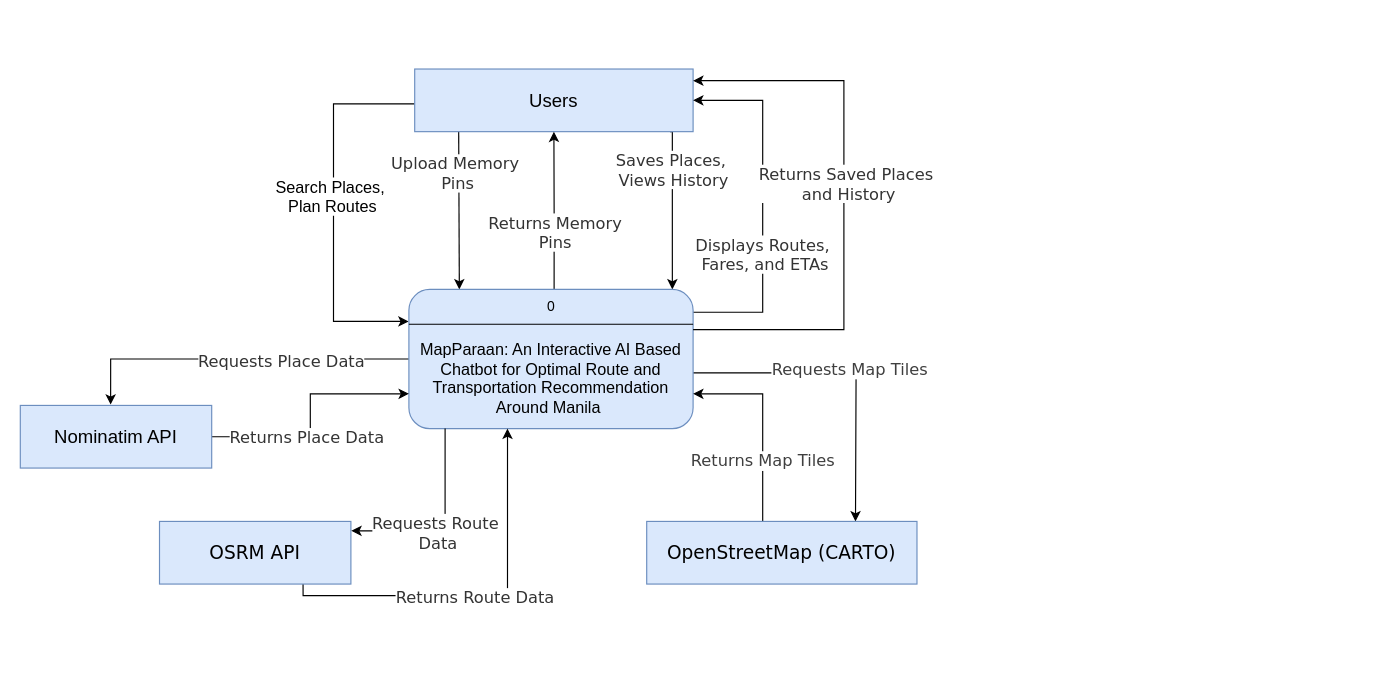
AkiraVee/mapparaan keeps this draw.io diagram as mapparaan/docs/final_dfd_level_0.drawio. Above is the earlier version. Source tidied: cells renumbered, new cells numbered last; positions are measured from the earlier drawing's top-left corner, leaving out a move shared by most shapes. Both pictures are drawn from the tidied source at 116%, with x=0, y=0 at pixel (20, 68).
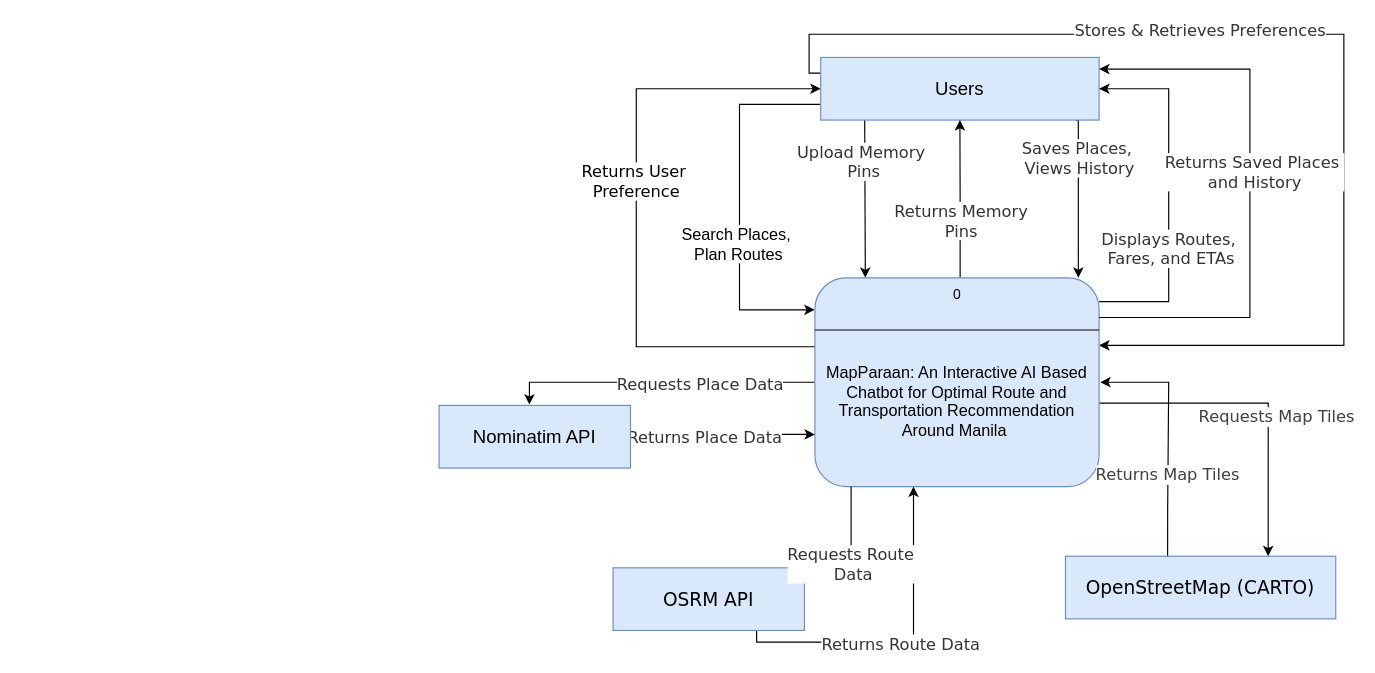
After the change.

Commit message:
feat: Updated the level 0 Data Flow Diagram

What changed in the source:
```diff
@@
-    <mxCell id="2" style="edgeStyle=none;html=1;exitX=0.158;exitY=0.995;exitDx=0;exitDy=0;entryX=0.171;entryY=-0.01;entryDx=0;entryDy=0;exitPerimeter=0;" parent="1" edge="1" source="8" target="17">
+    <mxCell id="2" value=" " style="edgeStyle=none;html=1;exitX=0.158;exitY=0.995;exitDx=0;exitDy=0;entryX=0.171;entryY=-0.01;entryDx=0;entryDy=0;exitPerimeter=0;" parent="1" edge="1" source="8" target="17">
       <mxGeometry relative="1" as="geometry" />
     </mxCell>
@@
-    <mxCell id="4" style="edgeStyle=orthogonalEdgeStyle;html=1;rounded=0;curved=0;entryX=0.001;entryY=0.635;entryDx=0;entryDy=0;exitX=0;exitY=0.556;exitDx=0;exitDy=0;exitPerimeter=0;" parent="1" edge="1" source="8">
+    <mxCell id="4" style="edgeStyle=orthogonalEdgeStyle;html=1;rounded=0;curved=0;entryX=0.001;entryY=0.635;entryDx=0;entryDy=0;exitX=0;exitY=0.75;exitDx=0;exitDy=0;" parent="1" edge="1" source="8">
       <mxGeometry x="-0.53" relative="1" as="geometry">
-        <mxPoint x="334.8" y="217.6" as="targetPoint" />
+        <mxPoint x="684.8" y="207.6" as="targetPoint" />
         <Array as="points">
-          <mxPoint x="270" y="30" />
-          <mxPoint x="270" y="217.6" />
+          <mxPoint x="620" y="30.5" />
+          <mxPoint x="620" y="207.6" />
         </Array>
       </mxGeometry>
     </mxCell>
     <mxCell id="5" value="&lt;font style=&quot;font-size: 14px;&quot;&gt;Search Places,&amp;nbsp;&lt;/font&gt;&lt;div&gt;&lt;font style=&quot;font-size: 14px;&quot;&gt;Plan Routes&lt;/font&gt;&lt;/div&gt;" style="edgeLabel;html=1;align=center;verticalAlign=middle;" parent="4" vertex="1">
-      <mxGeometry x="-0.07" y="-2" relative="1" as="geometry" />
+      <mxGeometry x="-0.14" y="-2" relative="1" as="geometry">
+        <mxPoint y="56" as="offset" />
+      </mxGeometry>
     </mxCell>
     <mxCell id="6" style="edgeStyle=orthogonalEdgeStyle;rounded=0;jettySize=auto;html=1;defaultLabelBackgroundColor=page;exitX=0.917;exitY=1;exitDx=0;exitDy=0;exitPerimeter=0;entryX=0.927;entryY=0;entryDx=0;entryDy=0;" parent="1" edge="1" source="8" target="17">
       <mxGeometry relative="1" as="geometry">
         <Array as="points">
-          <mxPoint x="562.1" y="54" />
+          <mxPoint x="912.1" y="44" />
         </Array>
       </mxGeometry>
     </mxCell>
@@
+    <mxCell id="33" style="edgeStyle=orthogonalEdgeStyle;html=1;entryX=0.003;entryY=0.331;entryDx=0;entryDy=0;exitX=0;exitY=0.5;exitDx=0;exitDy=0;rounded=0;curved=0;endArrow=none;endFill=0;startArrow=classic;startFill=1;" parent="1" edge="1" source="8" target="17">
+      <mxGeometry x="-0.68" relative="1" as="geometry">
+        <Array as="points">
+          <mxPoint x="531" y="17" />
+          <mxPoint x="531" y="239.4" />
+        </Array>
+      </mxGeometry>
+    </mxCell>
+    <mxCell id="34" value="&lt;font face=&quot;Trebuchet MS, Verdana, Arial, sans-serif&quot;&gt;&lt;span style=&quot;font-size: 14px;&quot;&gt;Returns User&amp;nbsp;&lt;/span&gt;&lt;/font&gt;&lt;div&gt;&lt;font face=&quot;Trebuchet MS, Verdana, Arial, sans-serif&quot;&gt;&lt;span style=&quot;font-size: 14px;&quot;&gt;Preference&lt;/span&gt;&lt;/font&gt;&lt;/div&gt;" style="edgeLabel;html=1;align=center;verticalAlign=middle;" parent="33" vertex="1">
+      <mxGeometry x="-0.11" y="-1" relative="1" as="geometry" />
+    </mxCell>
+    <mxCell id="35" style="edgeStyle=orthogonalEdgeStyle;html=1;exitX=0;exitY=0.25;exitDx=0;exitDy=0;entryX=0.993;entryY=0.326;entryDx=0;entryDy=0;rounded=0;curved=0;startArrow=none;startFill=0;endArrow=classic;endFill=1;" parent="1" edge="1" source="8" target="17">
+      <mxGeometry x="-0.39" relative="1" as="geometry">
+        <Array as="points">
+          <mxPoint x="680" y="3.5" />
+          <mxPoint x="680" y="-30" />
+          <mxPoint x="1141" y="-30" />
+          <mxPoint x="1141" y="238.2" />
+        </Array>
+      </mxGeometry>
+    </mxCell>
+    <mxCell id="36" value="&lt;span style=&quot;color: rgb(51, 51, 51); font-family: &amp;quot;Trebuchet MS&amp;quot;, Verdana, Arial, sans-serif; background-color: rgb(255, 255, 255);&quot;&gt;&lt;font style=&quot;font-size: 14px;&quot;&gt;Stores &amp;amp; Retrieves Preferences&lt;/font&gt;&lt;/span&gt;" style="edgeLabel;html=1;align=center;verticalAlign=middle;" parent="35" vertex="1">
+      <mxGeometry x="-0.23" y="4" relative="1" as="geometry">
+        <mxPoint x="1" as="offset" />
+      </mxGeometry>
+    </mxCell>
     <mxCell id="8" value="&lt;font face=&quot;Helvetica&quot;&gt;Users&lt;/font&gt;" style="html=1;whiteSpace=wrap;strokeWidth=1;fillColor=#dae8fc;strokeColor=#6c8ebf;fontFamily=Trebuchet MS,Verdana,Arial,sans-serif;fontSize=16;" parent="1" vertex="1">
-      <mxGeometry x="340" width="240" height="54" as="geometry" />
+      <mxGeometry x="690" y="-10" width="240" height="54" as="geometry" />
     </mxCell>
@@
-    <mxCell id="11" style="edgeStyle=orthogonalEdgeStyle;html=1;rounded=0;curved=0;exitX=1.016;exitY=0.603;exitDx=0;exitDy=0;" parent="1" edge="1" source="17">
-      <mxGeometry x="0.24" relative="1" as="geometry">
-        <mxPoint x="720" y="390" as="targetPoint" />
-      </mxGeometry>
+    <mxCell id="11" style="edgeStyle=orthogonalEdgeStyle;html=1;rounded=0;curved=0;exitX=1.016;exitY=0.603;exitDx=0;exitDy=0;entryX=0.75;entryY=0;entryDx=0;entryDy=0;" parent="1" edge="1" source="17" target="29">
+      <mxGeometry x="0.24" relative="1" as="geometry" />
     </mxCell>
     <mxCell id="12" value="&lt;span style=&quot;color: rgb(63, 63, 63); font-family: &amp;quot;Trebuchet MS&amp;quot;, Verdana, Arial, sans-serif; font-size: 14px;&quot;&gt;Requests Map Tiles&lt;/span&gt;" style="edgeLabel;html=1;align=center;verticalAlign=middle;" parent="11" vertex="1">
-      <mxGeometry y="3" relative="1" as="geometry" />
+      <mxGeometry x="-0.16" y="3" relative="1" as="geometry">
+        <mxPoint x="35" y="15" as="offset" />
+      </mxGeometry>
     </mxCell>
-    <mxCell id="13" style="edgeStyle=orthogonalEdgeStyle;rounded=0;jettySize=auto;html=1;entryX=1;entryY=0.5;entryDx=0;entryDy=0;defaultLabelBackgroundColor=page;exitX=1.015;exitY=0.154;exitDx=0;exitDy=0;" parent="1" edge="1" source="17" target="8">
-      <mxGeometry x="-0.13" relative="1" as="geometry">
+    <mxCell id="13" style="edgeStyle=orthogonalEdgeStyle;rounded=0;jettySize=auto;html=1;entryX=1;entryY=0.5;entryDx=0;entryDy=0;defaultLabelBackgroundColor=page;exitX=1;exitY=0.114;exitDx=0;exitDy=0;" parent="1" edge="1" source="17" target="8">
+      <mxGeometry x="-0.16" relative="1" as="geometry">
         <Array as="points">
-          <mxPoint x="640" y="209.7" />
-          <mxPoint x="640" y="27" />
+          <mxPoint x="990" y="199.7" />
+          <mxPoint x="990" y="17" />
         </Array>
       </mxGeometry>
     </mxCell>
     <mxCell id="14" value="&lt;span style=&quot;font-family: &amp;quot;Trebuchet MS&amp;quot;, Verdana, Arial, sans-serif; color: rgb(51, 51, 51);&quot;&gt;&lt;font style=&quot;font-size: 14px;&quot;&gt;Displays Routes,&amp;nbsp;&lt;/font&gt;&lt;/span&gt;&lt;div&gt;&lt;span style=&quot;font-family: &amp;quot;Trebuchet MS&amp;quot;, Verdana, Arial, sans-serif; color: rgb(51, 51, 51);&quot;&gt;&lt;font style=&quot;font-size: 14px;&quot;&gt;Fares, and ETAs&lt;/font&gt;&lt;/span&gt;&lt;/div&gt;" style="edgeLabel;html=1;align=center;verticalAlign=middle;inheritText=1;defaultLabelBackgroundColor=page;" parent="13" vertex="1">
-      <mxGeometry x="0.03" y="-1" relative="1" as="geometry">
+      <mxGeometry y="-1" relative="1" as="geometry">
         <mxPoint y="46" as="offset" />
       </mxGeometry>
     </mxCell>
@@
     <mxCell id="17" value="&lt;div&gt;&lt;font style=&quot;font-size: 14px;&quot;&gt;&lt;br&gt;&lt;/font&gt;&lt;/div&gt;&lt;font style=&quot;font-size: 14px;&quot;&gt;&lt;div&gt;&lt;span style=&quot;background-color: transparent; color: light-dark(#000000, var(--ge-light-color, #ffffff));&quot;&gt;&lt;br&gt;&lt;/span&gt;&lt;/div&gt;&lt;div&gt;&lt;span style=&quot;background-color: transparent; color: light-dark(#000000, var(--ge-light-color, #ffffff));&quot;&gt;MapParaan: An Interactive AI Based Chatbot for Optimal Route and Transportation Recommendation Around Manila&amp;nbsp;&lt;/span&gt;&lt;/div&gt;&lt;/font&gt;" style="rounded=1;whiteSpace=wrap;html=1;roundedPerimeter=1;fillColor=#dae8fc;strokeColor=#6c8ebf;" parent="1" vertex="1">
-      <mxGeometry x="335" y="190" width="245" height="120" as="geometry" />
+      <mxGeometry x="685" y="180" width="245" height="180" as="geometry" />
     </mxCell>
@@
     <mxCell id="21" value="Nominatim API" style="html=1;whiteSpace=wrap;strokeWidth=1;fillColor=#dae8fc;strokeColor=#6c8ebf;fontFamily=Helvetica;fontSize=16;" parent="1" vertex="1">
-      <mxGeometry y="290" width="165" height="54" as="geometry" />
+      <mxGeometry x="361" y="290" width="165" height="54" as="geometry" />
     </mxCell>
@@
     <mxCell id="24" value="OSRM API" style="html=1;whiteSpace=wrap;strokeWidth=1;fillColor=#dae8fc;strokeColor=#6c8ebf;fontFamily=Trebuchet MS,Verdana,Arial,sans-serif;fontSize=16;" parent="1" vertex="1">
-      <mxGeometry x="120" y="390" width="165" height="54" as="geometry" />
+      <mxGeometry x="511" y="430" width="165" height="54" as="geometry" />
     </mxCell>
@@
-    <mxCell id="27" style="edgeStyle=orthogonalEdgeStyle;html=1;entryX=1;entryY=0.75;entryDx=0;entryDy=0;rounded=0;curved=0;exitX=0.216;exitY=0.015;exitDx=0;exitDy=0;exitPerimeter=0;" parent="1" edge="1" source="29" target="17">
-      <mxGeometry x="-0.07" relative="1" as="geometry">
+    <mxCell id="27" value=" " style="edgeStyle=orthogonalEdgeStyle;html=1;rounded=0;curved=0;exitX=0.378;exitY=0.015;exitDx=0;exitDy=0;exitPerimeter=0;" parent="1" edge="1" source="29">
+      <mxGeometry x="-0.32" relative="1" as="geometry">
+        <mxPoint x="931" y="270" as="targetPoint" />
         <Array as="points">
-          <mxPoint x="640" y="390.8" />
-          <mxPoint x="640" y="280" />
+          <mxPoint x="989.1" y="380.8" />
+          <mxPoint x="990" y="270" />
+          <mxPoint x="930" y="270" />
         </Array>
       </mxGeometry>
     </mxCell>
     <mxCell id="28" value="&lt;span style=&quot;color: rgb(63, 63, 63); font-family: &amp;quot;Trebuchet MS&amp;quot;, Verdana, Arial, sans-serif; font-size: 14px;&quot;&gt;Returns Map Tiles&lt;/span&gt;" style="edgeLabel;html=1;align=center;verticalAlign=middle;" parent="27" vertex="1">
-      <mxGeometry x="-0.07" y="1" relative="1" as="geometry" />
+      <mxGeometry x="0.23" y="1" relative="1" as="geometry">
+        <mxPoint y="58" as="offset" />
+      </mxGeometry>
     </mxCell>
     <mxCell id="29" value="OpenStreetMap (CARTO)" style="html=1;whiteSpace=wrap;strokeWidth=1;fillColor=#dae8fc;strokeColor=#6c8ebf;fontFamily=Trebuchet MS,Verdana,Arial,sans-serif;fontSize=16;" parent="1" vertex="1">
-      <mxGeometry x="540" y="390" width="233" height="54" as="geometry" />
+      <mxGeometry x="901" y="420" width="233" height="54" as="geometry" />
     </mxCell>
-    <mxCell id="30" style="edgeStyle=orthogonalEdgeStyle;rounded=0;jettySize=auto;html=1;entryX=1;entryY=0.186;entryDx=0;entryDy=0;entryPerimeter=0;defaultLabelBackgroundColor=page;exitX=1.014;exitY=0.283;exitDx=0;exitDy=0;" parent="1" edge="1" source="17" target="8">
+    <mxCell id="30" style="edgeStyle=orthogonalEdgeStyle;rounded=0;jettySize=auto;html=1;entryX=1;entryY=0.186;entryDx=0;entryDy=0;entryPerimeter=0;defaultLabelBackgroundColor=page;exitX=1;exitY=0.19;exitDx=0;exitDy=0;" parent="1" edge="1" source="17" target="8">
       <mxGeometry x="-0.09" relative="1" as="geometry">
         <Array as="points">
-          <mxPoint x="710" y="224.7" />
-          <mxPoint x="710" y="10" />
+          <mxPoint x="1060" y="214.2" />
+          <mxPoint x="1060" />
         </Array>
       </mxGeometry>
     </mxCell>
@@
     <mxCell id="32" value="0" style="text;html=1;whiteSpace=wrap;strokeColor=none;fillColor=none;align=center;verticalAlign=middle;rounded=0;" parent="1" vertex="1">
-      <mxGeometry x="427.5" y="190" width="60" height="30" as="geometry" />
+      <mxGeometry x="777.5" y="180" width="60" height="30" as="geometry" />
     </mxCell>
```
